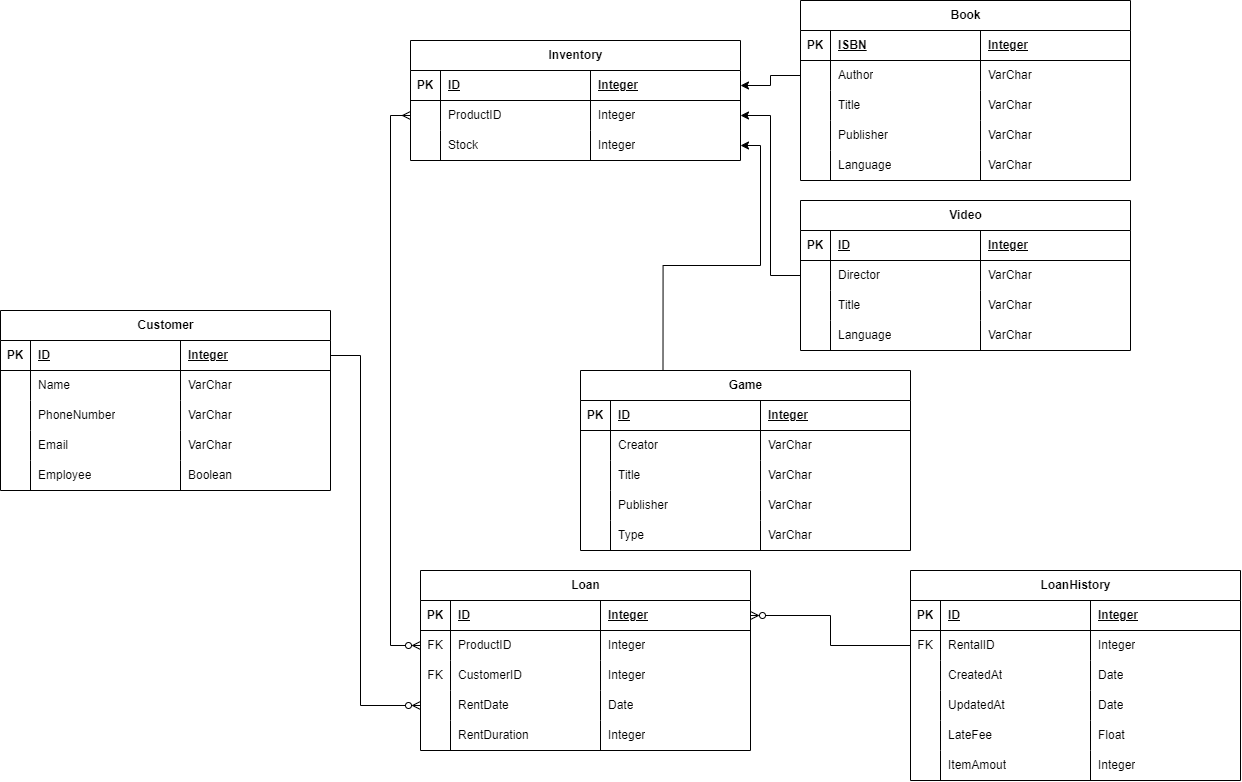
Before: Library.drawio.png, a diagram exported from draw.io (boolean-uk/java-data-modelling). Source tidied: cells renumbered, new cells last; positions are measured from the earlier drawing's top-left corner, leaving out a move shared by most shapes.
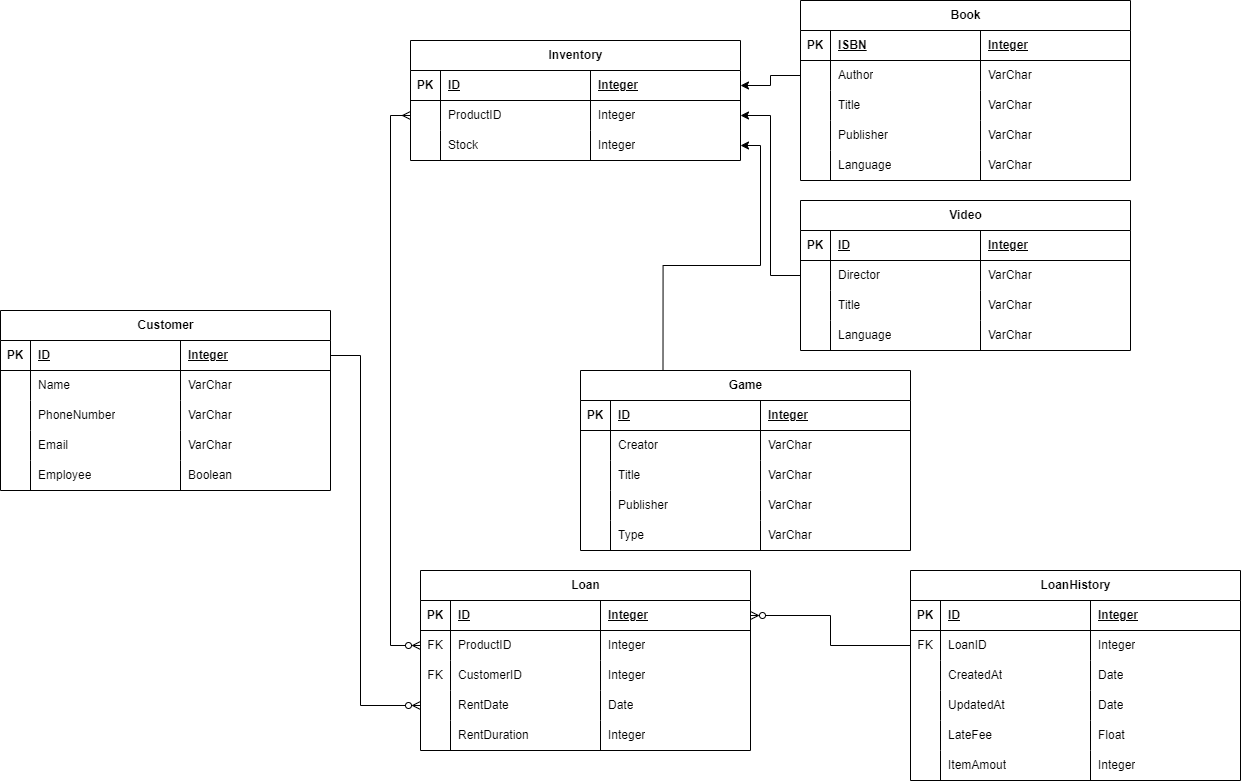
Above is the later version.

Diff of the diagram source:
```diff
@@ -200,7 +200,7 @@
     <mxCell id="65" value="FK" style="shape=partialRectangle;fillColor=none;top=0;left=0;bottom=0;right=0;overflow=hidden;whiteSpace=wrap;html=1;" parent="64" vertex="1">
       <mxGeometry width="30" height="30" as="geometry" />
     </mxCell>
-    <mxCell id="66" value="RentalID" style="shape=partialRectangle;fillColor=none;top=0;left=0;bottom=0;right=0;align=left;spacingLeft=6;overflow=hidden;whiteSpace=wrap;html=1;" parent="64" vertex="1">
+    <mxCell id="66" value="LoanID" style="shape=partialRectangle;fillColor=none;top=0;left=0;bottom=0;right=0;align=left;spacingLeft=6;overflow=hidden;whiteSpace=wrap;html=1;" parent="64" vertex="1">
       <mxGeometry x="30" width="150" height="30" as="geometry" />
     </mxCell>
     <mxCell id="67" value="Integer" style="shape=partialRectangle;fillColor=none;top=0;left=0;bottom=0;right=0;align=left;spacingLeft=6;overflow=hidden;whiteSpace=wrap;html=1;" parent="64" vertex="1">
```
